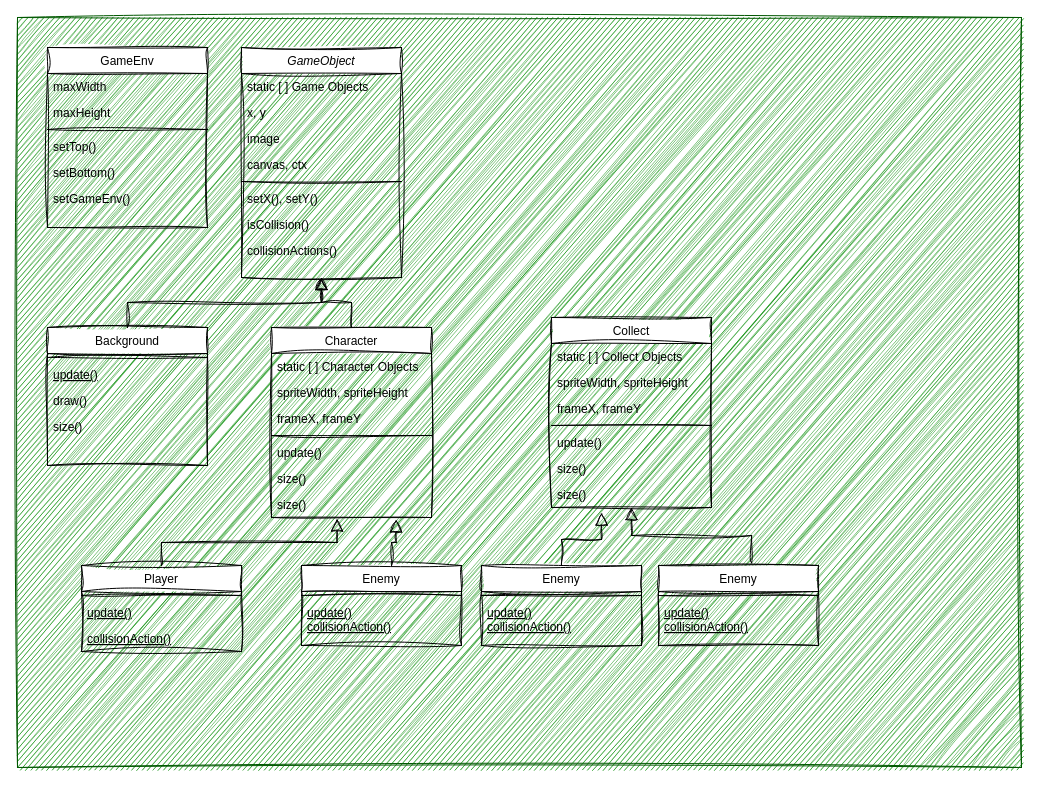
Before: design/levelPlan.drawio in aemmikko/game_2025, a draw.io diagram. Source tidied: cells renumbered, new cells numbered last; positions are measured from the earlier drawing's top-left corner, leaving out a move shared by most shapes. Both pictures are drawn from the tidied source at 100%, with x=0, y=0 at pixel (17, 17).
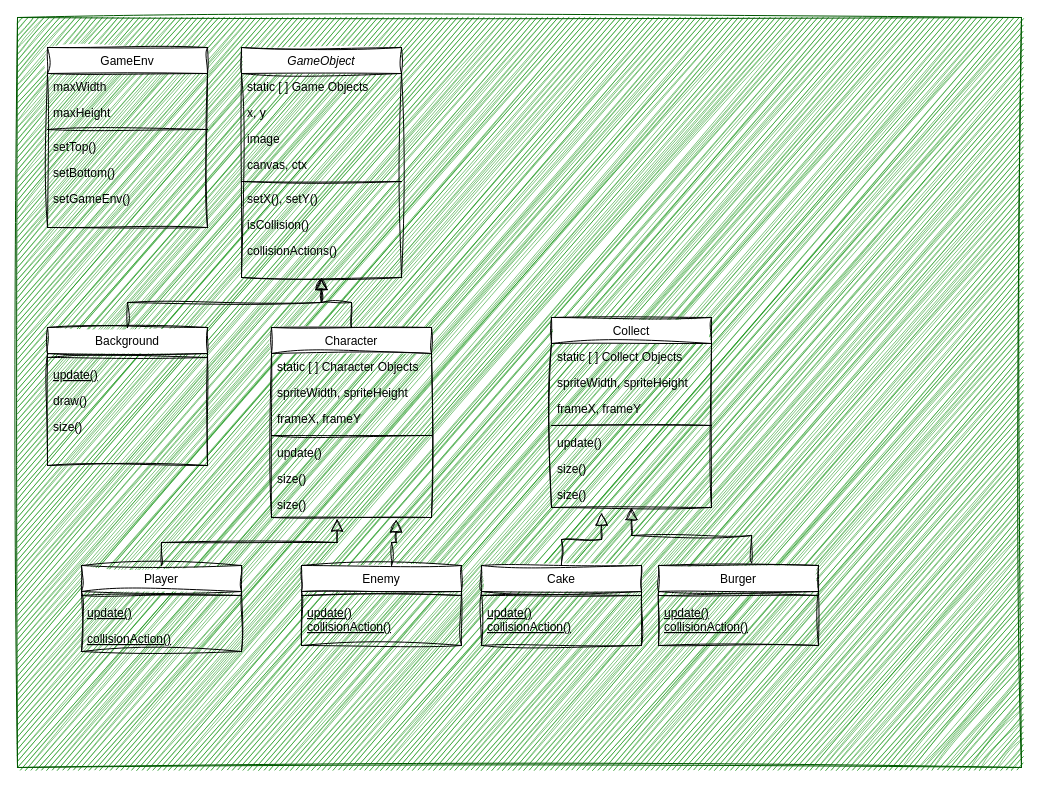
The same page after the edit.

Commit message:
finish chart

What changed in the source:
```diff
@@
-    <mxCell id="51" value="Enemy" style="swimlane;fontStyle=0;align=center;verticalAlign=top;horizontal=1;startSize=26;rounded=0;shadow=0;strokeWidth=1;sketch=1;curveFitting=1;jiggle=2;" parent="1" vertex="1">
+    <mxCell id="51" value="Cake" style="swimlane;fontStyle=0;align=center;verticalAlign=top;horizontal=1;startSize=26;rounded=0;shadow=0;strokeWidth=1;sketch=1;curveFitting=1;jiggle=2;" parent="1" vertex="1">
       <mxGeometry x="464" y="548" width="160" height="80" as="geometry" />
     </mxCell>
@@
-    <mxCell id="54" value="Enemy" style="swimlane;fontStyle=0;align=center;verticalAlign=top;horizontal=1;startSize=26;rounded=0;shadow=0;strokeWidth=1;sketch=1;curveFitting=1;jiggle=2;" parent="1" vertex="1">
+    <mxCell id="54" value="Burger" style="swimlane;fontStyle=0;align=center;verticalAlign=top;horizontal=1;startSize=26;rounded=0;shadow=0;strokeWidth=1;sketch=1;curveFitting=1;jiggle=2;" parent="1" vertex="1">
       <mxGeometry x="641" y="548" width="160" height="80" as="geometry" />
     </mxCell>
```
